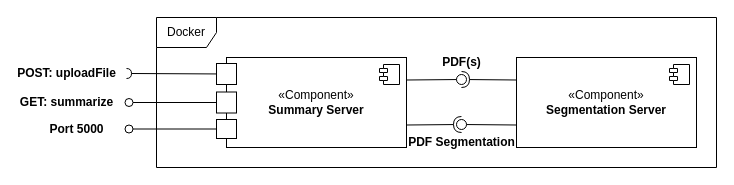
Z3n0n3005/Report-Generation keeps this draw.io diagram as page "Component diagram shroten v2.0" (6 of 9) of documents/thesis/diagram/thesis.drawio. Above is the earlier version. Source tidied: cells renumbered, new cells numbered last; positions are measured from the earlier drawing's top-left corner, leaving out a move shared by most shapes. Both pictures are drawn from the tidied source at 100%, with x=0, y=0 at pixel (26, 17).
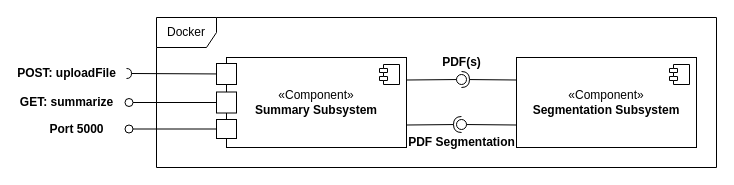
After the change.

Change to the diagram source:
```diff
@@
-    <mxCell id="3" value="«Component»&lt;br&gt;&lt;b&gt;Summary Server&lt;/b&gt;" style="html=1;whiteSpace=wrap;" parent="1" vertex="1">
+    <mxCell id="3" value="«Component»&lt;br&gt;&lt;b&gt;Summary Subsystem&lt;/b&gt;" style="html=1;whiteSpace=wrap;" parent="1" vertex="1">
       <mxGeometry x="200" y="40" width="180" height="90" as="geometry" />
     </mxCell>
@@
-    <mxCell id="5" value="«Component»&lt;br&gt;&lt;b&gt;Segmentation Server&lt;/b&gt;" style="html=1;whiteSpace=wrap;" parent="1" vertex="1">
+    <mxCell id="5" value="«Component»&lt;br&gt;&lt;b&gt;Segmentation Subsystem&lt;/b&gt;" style="html=1;whiteSpace=wrap;" parent="1" vertex="1">
       <mxGeometry x="490" y="40" width="180" height="90" as="geometry" />
     </mxCell>
```
